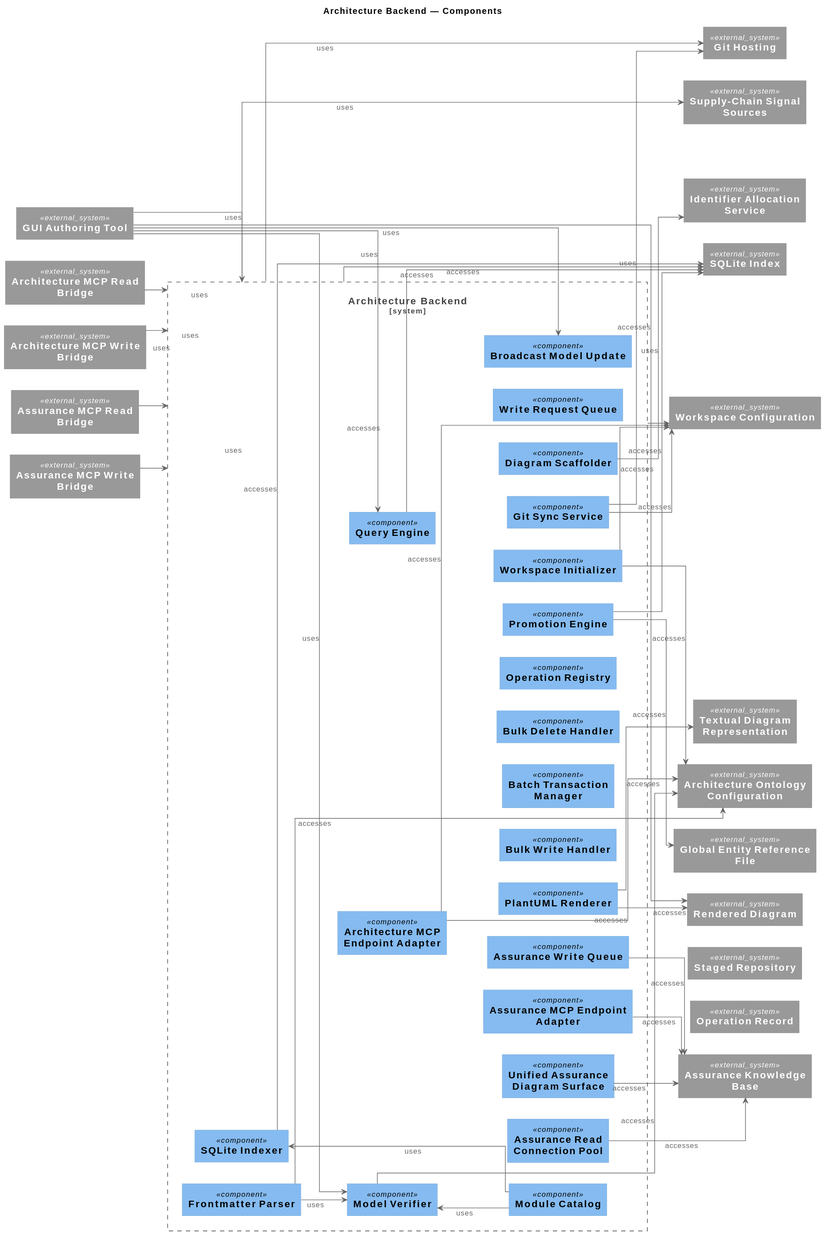
Before: engagements/ENG-ARCH-REPO/architecture-repository/diagram-catalog/rendered/platform-core/CC@1780829793.K3l46j.architecture-backend-components.svg, a diagram exported from PlantUML (mbauer83/assisted-architecture-management).
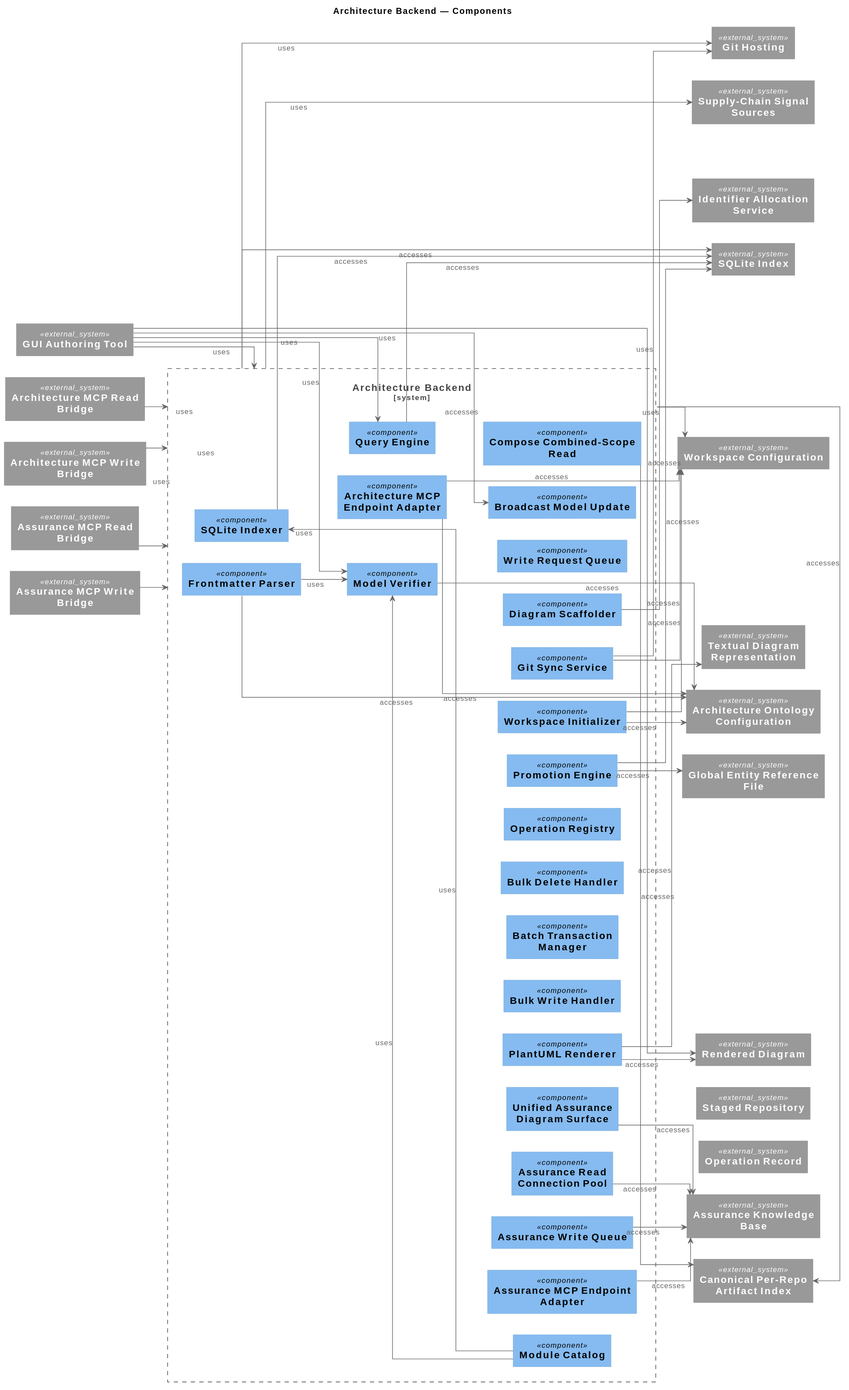
Above is the later version.

Diff of the diagram source:
```diff
@@ -31,6 +31,7 @@
   Component(APP_XWVKAX, "Assurance Read Connection Pool", "")
   Component(APP_KqDjXG, "Unified Assurance Diagram Surface", "")
   Component(FNC_3ZsfnT, "Broadcast Model Update", "")
+  Component(FNC_4zLFys, "Compose Combined-Scope Read", "")
   APP_JOmFWy -[hidden]right- APP_YOOEbL
   APP_YOOEbL -[hidden]right- APP_ca3vm7
   APP_ca3vm7 -[hidden]right- APP_kRZYOA
@@ -51,6 +52,7 @@
   APP_uTC8zx -[hidden]right- APP_XWVKAX
   APP_XWVKAX -[hidden]right- APP_KqDjXG
   APP_KqDjXG -[hidden]right- FNC_3ZsfnT
+  FNC_3ZsfnT -[hidden]right- FNC_4zLFys
 
 }
 
@@ -71,6 +73,7 @@
 System_Ext(DOB_hhYsiw, "Staged Repository")
 System_Ext(DOB_hExrX3, "Operation Record")
 System_Ext(DOB_ApaPcg, "Assurance Knowledge Base")
+System_Ext(DOB_4f_C9z, "Canonical Per-Repo Artifact Index")
 
 APP_OYEmP1 -[hidden]right- APP_lmO0mp
 APP_lmO0mp -[hidden]right- APP_Ne0utf
@@ -89,6 +92,7 @@
 DOB_zynRsm -[hidden]right- DOB_hhYsiw
 DOB_hhYsiw -[hidden]right- DOB_hExrX3
 DOB_hExrX3 -[hidden]right- DOB_ApaPcg
+DOB_ApaPcg -[hidden]right- DOB_4f_C9z
 
 
 APP_yNhgdh --> APP_JOmFWy : uses
@@ -114,6 +118,7 @@
 APP_js9xHR --> APP_OYEmP1 : uses
 APP_OYEmP1 --> DOB_3rilik : accesses
 APP_OYEmP1 --> DOB_I9qEoI : accesses
+APP_OYEmP1 --> DOB_4f_C9z : accesses
 APP_tY3JIK --> DOB_I9qEoI : accesses
 APP_yaxrWl --> DOB_4Z28xK : accesses
 APP_yaxrWl --> DOB_zynRsm : accesses
@@ -126,4 +131,5 @@
 APP_XWVKAX --> DOB_ApaPcg : accesses
 APP_KqDjXG --> DOB_ApaPcg : accesses
 APP_lmO0mp --> FNC_3ZsfnT : uses
+FNC_4zLFys --> DOB_4f_C9z : accesses
 @enduml
```
